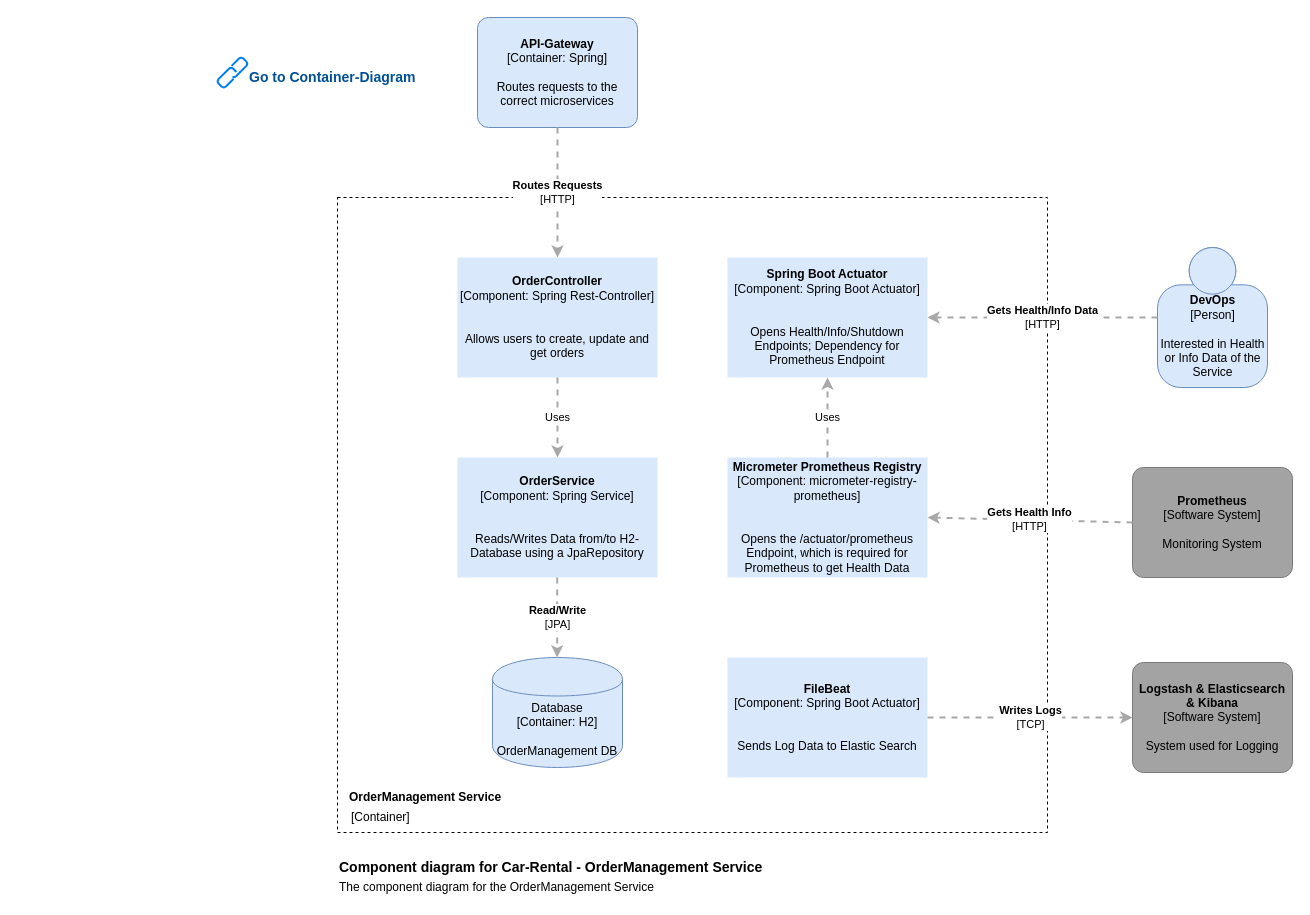
asys1920/asysmanagement keeps this draw.io diagram as page "OrderManagement Service" (4 of 8) of diagramme/draw.io_Files/car-rental-c4.drawio. Above is the earlier version. Source tidied: cells renumbered, new cells numbered last; positions are measured from the earlier drawing's top-left corner, leaving out a move shared by most shapes. Both pictures are drawn from the tidied source at 100%, with x=0, y=0 at pixel (217, 17).
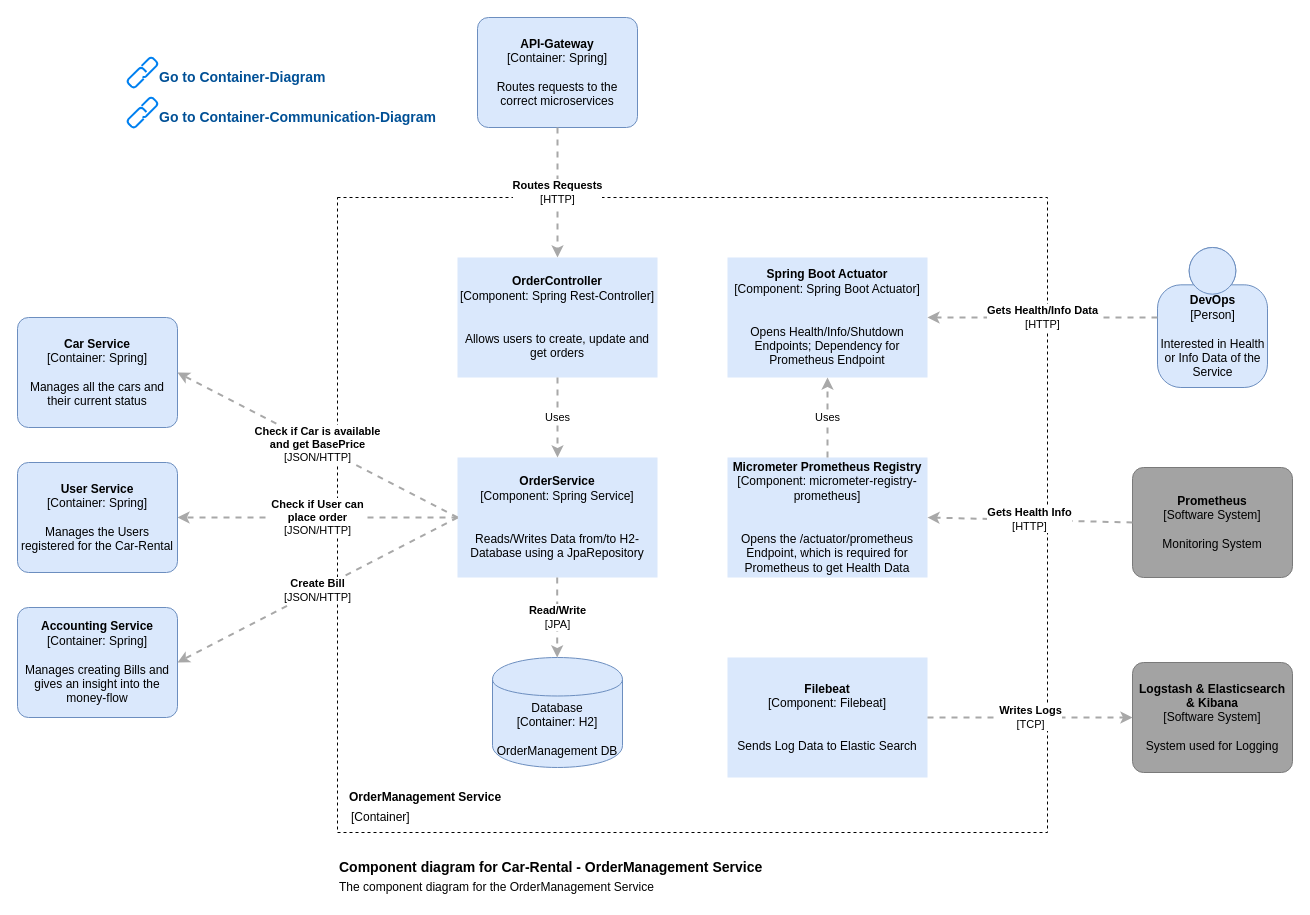
Above is the later version.

The change refers to these unchanged cells:
```xml
<mxCell id="9" value="&lt;b&gt;OrderService&lt;/b&gt;&lt;br&gt;[Component: Spring Service]&lt;br&gt;&lt;br&gt;&lt;br&gt;Reads/Writes Data from/to H2-Database using a JpaRepository" style="rounded=0;whiteSpace=wrap;html=1;strokeWidth=1;fillColor=#dae8fc;align=center;strokeColor=none;" parent="1" vertex="1">
  <mxGeometry x="240" y="440" width="200" height="120" as="geometry" />
</mxCell>
```

What changed in the source:
```diff
@@
     <mxCell id="5" style="group;" parent="1" vertex="1">
-      <mxGeometry y="40" width="210" height="30" as="geometry" />
+      <mxGeometry x="-90" y="40" width="210" height="30" as="geometry" />
     </mxCell>
@@
-    <mxCell id="20" value="&lt;b&gt;FileBeat&lt;br&gt;&lt;/b&gt;[Component: Spring Boot Actuator]&lt;br&gt;&lt;br&gt;&lt;br&gt;Sends Log Data to Elastic Search" style="rounded=0;whiteSpace=wrap;html=1;strokeWidth=1;fillColor=#dae8fc;align=center;strokeColor=none;" parent="1" vertex="1">
+    <mxCell id="20" value="&lt;b&gt;Filebeat&lt;br&gt;&lt;/b&gt;[Component: Filebeat]&lt;br&gt;&lt;br&gt;&lt;br&gt;Sends Log Data to Elastic Search" style="rounded=0;whiteSpace=wrap;html=1;strokeWidth=1;fillColor=#dae8fc;align=center;strokeColor=none;" parent="1" vertex="1">
       <mxGeometry x="510" y="640" width="200" height="120" as="geometry" />
     </mxCell>
@@
+    <mxCell id="29" value="&lt;div style=&quot;text-align: left&quot;&gt;&lt;div style=&quot;text-align: center&quot;&gt;&lt;b&gt;Check if User can&lt;/b&gt;&lt;/div&gt;&lt;div style=&quot;text-align: center&quot;&gt;&lt;b&gt;place order&lt;/b&gt;&lt;/div&gt;&lt;div style=&quot;text-align: center&quot;&gt;[JSON/HTTP]&lt;/div&gt;&lt;/div&gt;" style="edgeStyle=none;rounded=0;html=1;jettySize=auto;strokeColor=#A8A8A8;strokeWidth=2;fontColor=#000000;jumpStyle=none;dashed=1;exitX=0;exitY=0.5;exitDx=0;exitDy=0;" parent="1" edge="1" source="9">
+      <mxGeometry relative="1" as="geometry">
+        <mxPoint x="-40" y="500" as="targetPoint" />
+      </mxGeometry>
+    </mxCell>
+    <mxCell id="30" value="&lt;span&gt;&lt;b&gt;Car Service&lt;br&gt;&lt;/b&gt;[Container:&amp;nbsp;&lt;/span&gt;&lt;span&gt;Spring&lt;/span&gt;&lt;span&gt;]&lt;/span&gt;&lt;br&gt;&lt;br&gt;&lt;div&gt;Manages all the cars and their current status&lt;/div&gt;" style="rounded=1;whiteSpace=wrap;html=1;labelBackgroundColor=none;fillColor=#dae8fc;fontColor=#000000;align=center;arcSize=10;strokeColor=#6c8ebf;points=[[0.25,0,0],[0.5,0,0],[0.75,0,0],[1,0.25,0],[1,0.5,0],[1,0.75,0],[0.75,1,0],[0.5,1,0],[0.25,1,0],[0,0.75,0],[0,0.5,0],[0,0.25,0]];" parent="1" vertex="1">
+      <mxGeometry x="-200" y="300" width="160" height="110" as="geometry" />
+    </mxCell>
+    <mxCell id="31" value="&lt;span&gt;&lt;b&gt;Accounting Service&lt;/b&gt;&lt;/span&gt;&lt;br&gt;&lt;div&gt;[Container:&amp;nbsp;&lt;span&gt;Spring&lt;/span&gt;&lt;span&gt;]&lt;/span&gt;&lt;/div&gt;&lt;br&gt;&lt;div&gt;Manages creating Bills and gives an insight into the money-flow&lt;/div&gt;" style="rounded=1;whiteSpace=wrap;html=1;labelBackgroundColor=none;fillColor=#dae8fc;fontColor=#000000;align=center;arcSize=10;strokeColor=#6c8ebf;points=[[0.25,0,0],[0.5,0,0],[0.75,0,0],[1,0.25,0],[1,0.5,0],[1,0.75,0],[0.75,1,0],[0.5,1,0],[0.25,1,0],[0,0.75,0],[0,0.5,0],[0,0.25,0]];" parent="1" vertex="1">
+      <mxGeometry x="-200" y="590" width="160" height="110" as="geometry" />
+    </mxCell>
+    <mxCell id="32" value="&lt;span&gt;&lt;b&gt;User Service&lt;br&gt;&lt;/b&gt;[Container:&amp;nbsp;&lt;/span&gt;&lt;span&gt;Spring&lt;/span&gt;&lt;span&gt;]&lt;/span&gt;&lt;br&gt;&lt;br&gt;&lt;div&gt;Manages the Users registered for the Car-Rental&lt;/div&gt;" style="rounded=1;whiteSpace=wrap;html=1;labelBackgroundColor=none;fillColor=#dae8fc;fontColor=#000000;align=center;arcSize=10;strokeColor=#6c8ebf;" parent="1" vertex="1">
+      <mxGeometry x="-200" y="445" width="160" height="110" as="geometry" />
+    </mxCell>
+    <mxCell id="33" value="&lt;div style=&quot;text-align: left&quot;&gt;&lt;div style=&quot;text-align: center&quot;&gt;&lt;b&gt;Create Bill&lt;/b&gt;&lt;/div&gt;&lt;div style=&quot;text-align: center&quot;&gt;[JSON/HTTP]&lt;/div&gt;&lt;/div&gt;" style="edgeStyle=none;rounded=0;html=1;jettySize=auto;strokeColor=#A8A8A8;strokeWidth=2;fontColor=#000000;jumpStyle=none;dashed=1;exitX=0;exitY=0.5;exitDx=0;exitDy=0;entryX=1;entryY=0.5;entryDx=0;entryDy=0;entryPerimeter=0;" parent="1" edge="1" source="9" target="31">
+      <mxGeometry relative="1" as="geometry" />
+    </mxCell>
+    <mxCell id="34" value="&lt;div style=&quot;text-align: left&quot;&gt;&lt;div style=&quot;text-align: center&quot;&gt;&lt;b&gt;Check if Car is available&lt;/b&gt;&lt;/div&gt;&lt;div style=&quot;text-align: center&quot;&gt;&lt;b&gt;and get BasePrice&lt;/b&gt;&lt;/div&gt;&lt;div style=&quot;text-align: center&quot;&gt;[JSON/HTTP]&lt;br&gt;&lt;/div&gt;&lt;/div&gt;" style="edgeStyle=none;rounded=0;html=1;jettySize=auto;strokeColor=#A8A8A8;strokeWidth=2;fontColor=#000000;jumpStyle=none;dashed=1;exitX=0;exitY=0.5;exitDx=0;exitDy=0;entryX=1;entryY=0.5;entryDx=0;entryDy=0;entryPerimeter=0;" parent="1" edge="1" source="9" target="30">
+      <mxGeometry relative="1" as="geometry" />
+    </mxCell>
+    <mxCell id="35" style="group;" parent="1" vertex="1">
+      <mxGeometry x="-90" y="80" width="320" height="30" as="geometry" />
+    </mxCell>
+    <mxCell id="36" style="html=1;verticalLabelPosition=bottom;align=center;labelBackgroundColor=#ffffff;verticalAlign=top;strokeWidth=2;strokeColor=#0080F0;shadow=0;dashed=0;shape=mxgraph.ios7.icons.link;fillColor=none;" parent="35" vertex="1">
+      <mxGeometry width="30" height="30" as="geometry" />
+    </mxCell>
+    <mxCell id="37" value="&lt;b&gt;&lt;font style=&quot;font-size: 14px&quot;&gt;Go to Container-Communication-Diagram&lt;br&gt;&lt;/font&gt;&lt;/b&gt;" style="text;html=1;align=left;verticalAlign=middle;fontColor=#005096;" parent="35" vertex="1">
+      <mxGeometry x="30" y="10" width="290" height="20" as="geometry" />
+    </mxCell>
```
